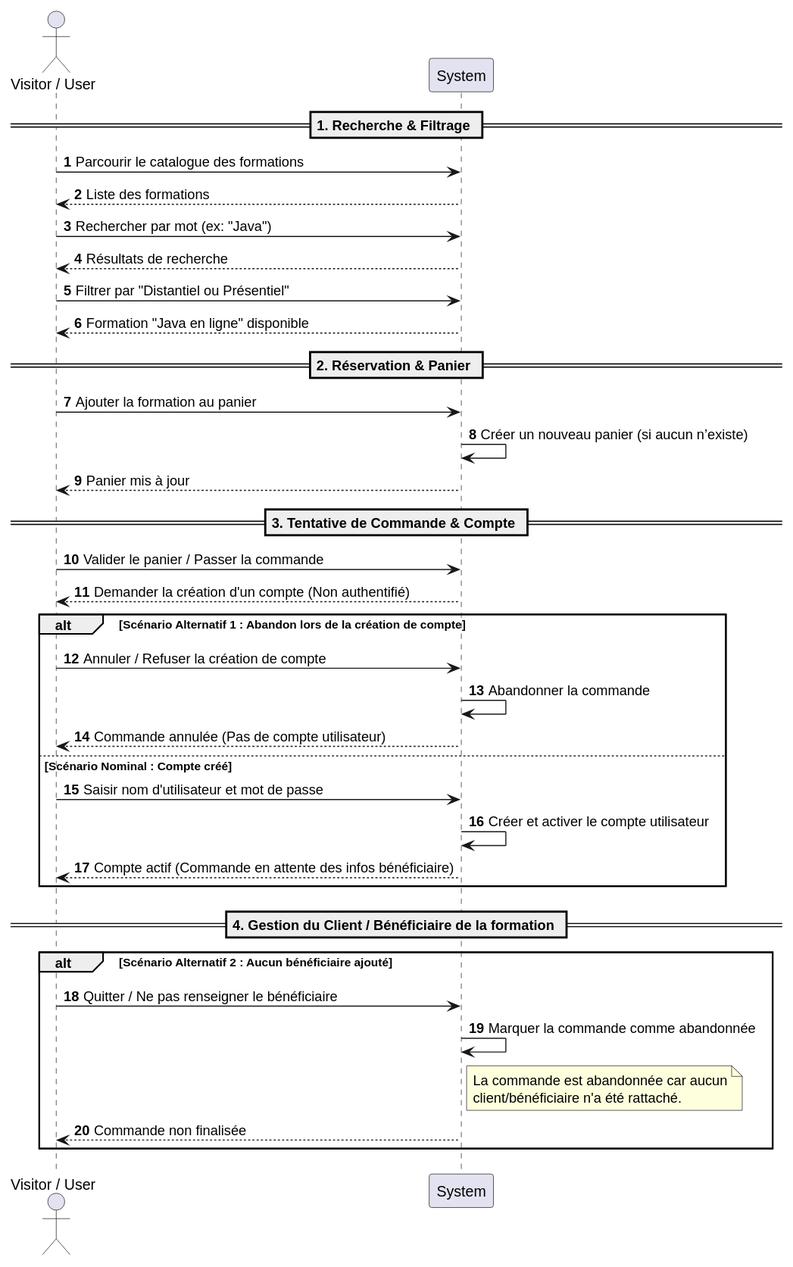
albanmartel/evaluation_metier_java keeps this PlantUML diagram as doc/uml/3-sequence/sequence_diagram_for-the-Training_Sales-Application.svg. Above is the earlier version.
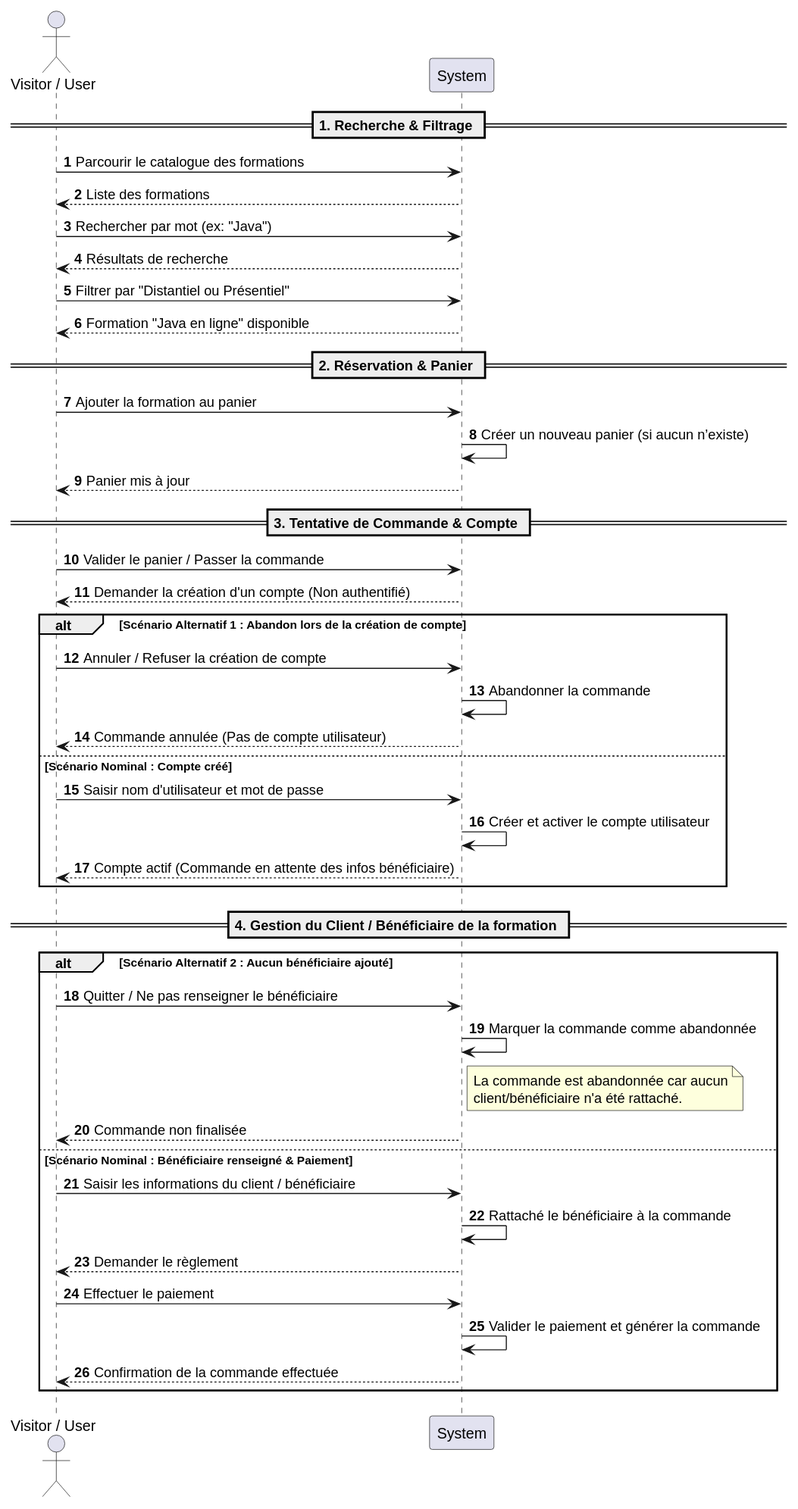
The same file after the commit.

Commit message:
Mise à jour de l'image svg suite à la modification du script plantUML et l'ajout d'un scénario nomminal ajouter un bénéficiaire à une commande (un achat de formation pour un client)

What changed in the source:
```diff
@@ -44,5 +44,14 @@
         end note
         S --> V: Commande non finalisée
 
+    else Scénario Nominal : Bénéficiaire renseigné & Paiement
+        V -> S: Saisir les informations du client / bénéficiaire
+        S -> S: Rattaché le bénéficiaire à la commande
+        S --> V: Demander le règlement
+
+        V -> S: Effectuer le paiement
+        S -> S: Valider le paiement et générer la commande
+        S --> V: Confirmation de la commande effectuée
+
 end
 @enduml
```
